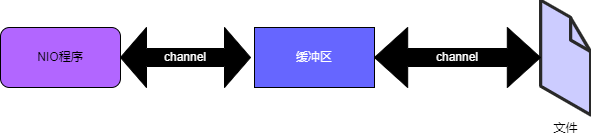
Above: Buffer1.png in ciyuan1269691683/personal_picture_bed (draw.io), before the change. Source tidied: cells renumbered, new cells last; positions are measured from the earlier drawing's top-left corner, leaving out a move shared by most shapes. Source of this version:
```xml
<mxGraphModel>
  <root>
    <mxCell id="0" />
    <mxCell id="1" parent="0" />
    <mxCell id="2" value="NIO程序" style="rounded=1;whiteSpace=wrap;html=1;strokeColor=#000000;fillColor=#B266FF;" parent="1" vertex="1">
      <mxGeometry y="27" width="120" height="60" as="geometry" />
    </mxCell>
    <mxCell id="3" value="&lt;font color=&quot;#ffffff&quot;&gt;缓冲区&lt;/font&gt;" style="rounded=0;whiteSpace=wrap;html=1;fillColor=#6666FF;" parent="1" vertex="1">
      <mxGeometry x="254" y="27" width="120" height="60" as="geometry" />
    </mxCell>
    <mxCell id="4" value="文件" style="verticalLabelPosition=bottom;html=1;verticalAlign=top;strokeWidth=1;align=center;dashed=0;shape=mxgraph.aws3d.file;strokeColor=#292929;fillColor=#CCCCFF;" parent="1" vertex="1">
      <mxGeometry x="540" y="-0.3" width="50" height="114.6" as="geometry" />
    </mxCell>
    <mxCell id="5" value="&lt;font color=&quot;#ffffff&quot;&gt;channel&lt;/font&gt;" style="shape=doubleArrow;whiteSpace=wrap;html=1;fillColor=#000000;" parent="1" vertex="1">
      <mxGeometry x="120" y="27" width="130" height="60" as="geometry" />
    </mxCell>
    <mxCell id="6" value="&lt;font color=&quot;#ffffff&quot;&gt;channel&lt;/font&gt;" style="shape=doubleArrow;whiteSpace=wrap;html=1;fillColor=#000000;" parent="1" vertex="1">
      <mxGeometry x="374" y="27" width="166" height="60" as="geometry" />
    </mxCell>
  </root>
</mxGraphModel>
```
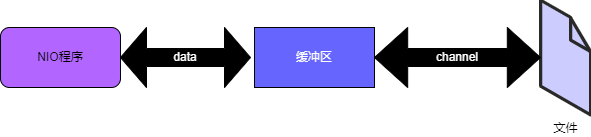
The same file after the commit.

What changed in the source:
```diff
@@ -11,7 +11,7 @@
     <mxCell id="4" value="文件" style="verticalLabelPosition=bottom;html=1;verticalAlign=top;strokeWidth=1;align=center;dashed=0;shape=mxgraph.aws3d.file;strokeColor=#292929;fillColor=#CCCCFF;" parent="1" vertex="1">
       <mxGeometry x="540" y="-0.3" width="50" height="114.6" as="geometry" />
     </mxCell>
-    <mxCell id="5" value="&lt;font color=&quot;#ffffff&quot;&gt;channel&lt;/font&gt;" style="shape=doubleArrow;whiteSpace=wrap;html=1;fillColor=#000000;" parent="1" vertex="1">
+    <mxCell id="5" value="&lt;font color=&quot;#ffffff&quot;&gt;data&lt;br&gt;&lt;/font&gt;" style="shape=doubleArrow;whiteSpace=wrap;html=1;fillColor=#000000;" parent="1" vertex="1">
       <mxGeometry x="120" y="27" width="130" height="60" as="geometry" />
     </mxCell>
     <mxCell id="6" value="&lt;font color=&quot;#ffffff&quot;&gt;channel&lt;/font&gt;" style="shape=doubleArrow;whiteSpace=wrap;html=1;fillColor=#000000;" parent="1" vertex="1">
```
